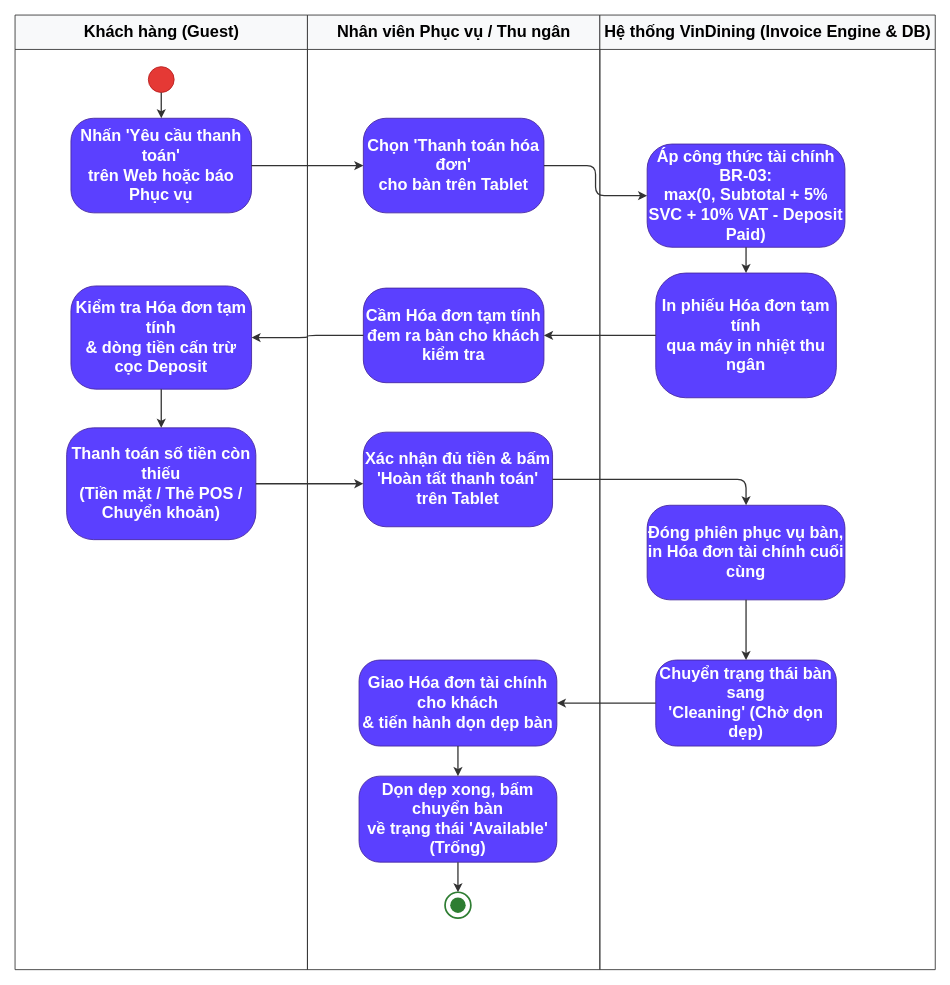
AndrewQng/VinDining keeps this draw.io diagram as docs/phase1/drawio/ad04_invoice_settlement.drawio. Above is the earlier version. Source tidied: cells renumbered, new cells numbered last; positions are measured from the earlier drawing's top-left corner, leaving out a move shared by most shapes. Both pictures are drawn from the tidied source at 86%, with x=0, y=0 at pixel (15, 15).
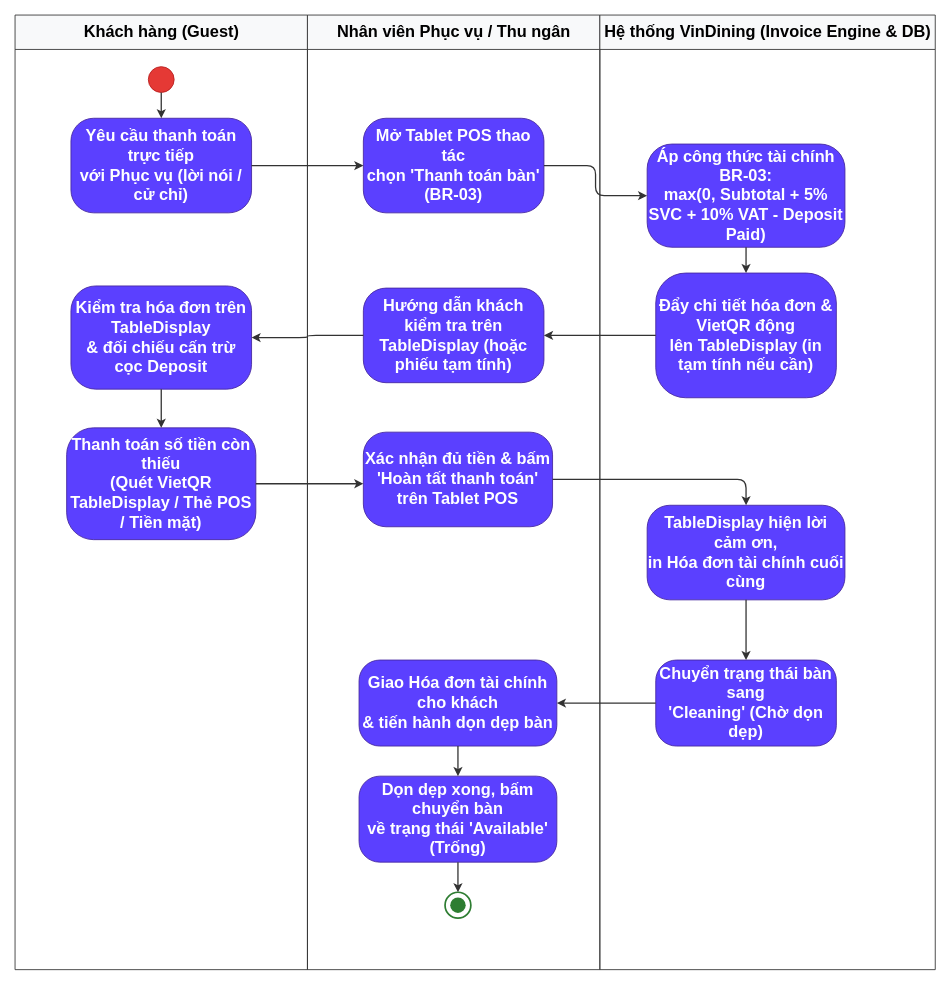
The same page after the edit.

The change refers to these unchanged cells:
```xml
<mxCell id="2" value="Khách hàng (Guest)" style="swimlane;html=1;startSize=40;horizontal=1;fontStyle=1;fontSize=19;align=center;verticalAlign=middle;fillColor=#f8f9fa;strokeColor=#333333;swimlaneLine=1;" parent="1" vertex="1">
  <mxGeometry width="340" height="1110" as="geometry" />
</mxCell>
<mxCell id="7" value="Nhân viên Phục vụ / Thu ngân" style="swimlane;html=1;startSize=40;horizontal=1;fontStyle=1;fontSize=19;align=center;verticalAlign=middle;fillColor=#f8f9fa;strokeColor=#333333;swimlaneLine=1;" parent="1" vertex="1">
  <mxGeometry x="340" width="340" height="1110" as="geometry" />
</mxCell>
<mxCell id="17" value="Hệ thống VinDining (Invoice Engine &amp;amp; DB)" style="swimlane;html=1;startSize=40;horizontal=1;fontStyle=1;fontSize=19;align=center;verticalAlign=middle;fillColor=#f8f9fa;strokeColor=#333333;swimlaneLine=1;" parent="1" vertex="1">
  <mxGeometry x="680" width="390" height="1110" as="geometry" />
</mxCell>
```

What changed in the source:
```diff
@@
-    <mxCell id="4" value="Nhấn 'Yêu cầu thanh toán'&#10;trên Web hoặc báo Phục vụ" style="rounded=1;arcSize=24;whiteSpace=wrap;html=1;fillColor=#5b40ff;strokeColor=#4527a0;fontColor=#ffffff;fontStyle=1;fontSize=19;align=center;verticalAlign=middle;" parent="2" vertex="1">
+    <mxCell id="4" value="Yêu cầu thanh toán trực tiếp&#10;với Phục vụ (lời nói / cử chỉ)" style="rounded=1;arcSize=24;whiteSpace=wrap;html=1;fillColor=#5b40ff;strokeColor=#4527a0;fontColor=#ffffff;fontStyle=1;fontSize=19;align=center;verticalAlign=middle;" parent="2" vertex="1">
       <mxGeometry x="65" y="120" width="210" height="110" as="geometry" />
     </mxCell>
-    <mxCell id="5" value="Kiểm tra Hóa đơn tạm tính&#10;&amp;amp; dòng tiền cấn trừ cọc Deposit" style="rounded=1;arcSize=24;whiteSpace=wrap;html=1;fillColor=#5b40ff;strokeColor=#4527a0;fontColor=#ffffff;fontStyle=1;fontSize=19;align=center;verticalAlign=middle;" parent="2" vertex="1">
+    <mxCell id="5" value="Kiểm tra hóa đơn trên TableDisplay&#10;&amp;amp; đối chiếu cấn trừ cọc Deposit" style="rounded=1;arcSize=24;whiteSpace=wrap;html=1;fillColor=#5b40ff;strokeColor=#4527a0;fontColor=#ffffff;fontStyle=1;fontSize=19;align=center;verticalAlign=middle;" parent="2" vertex="1">
       <mxGeometry x="65" y="315" width="210" height="120" as="geometry" />
     </mxCell>
-    <mxCell id="6" value="Thanh toán số tiền còn thiếu&#10;(Tiền mặt / Thẻ POS / Chuyển khoản)" style="rounded=1;arcSize=24;whiteSpace=wrap;html=1;fillColor=#5b40ff;strokeColor=#4527a0;fontColor=#ffffff;fontStyle=1;fontSize=19;align=center;verticalAlign=middle;" parent="2" vertex="1">
+    <mxCell id="6" value="Thanh toán số tiền còn thiếu&#10;(Quét VietQR TableDisplay / Thẻ POS / Tiền mặt)" style="rounded=1;arcSize=24;whiteSpace=wrap;html=1;fillColor=#5b40ff;strokeColor=#4527a0;fontColor=#ffffff;fontStyle=1;fontSize=19;align=center;verticalAlign=middle;" parent="2" vertex="1">
       <mxGeometry x="60" y="480" width="220" height="130" as="geometry" />
     </mxCell>
@@
-    <mxCell id="8" value="Chọn 'Thanh toán hóa đơn'&#10;cho bàn trên Tablet" style="rounded=1;arcSize=24;whiteSpace=wrap;html=1;fillColor=#5b40ff;strokeColor=#4527a0;fontColor=#ffffff;fontStyle=1;fontSize=19;align=center;verticalAlign=middle;" parent="7" vertex="1">
+    <mxCell id="8" value="Mở Tablet POS thao tác&#10;chọn 'Thanh toán bàn' (BR-03)" style="rounded=1;arcSize=24;whiteSpace=wrap;html=1;fillColor=#5b40ff;strokeColor=#4527a0;fontColor=#ffffff;fontStyle=1;fontSize=19;align=center;verticalAlign=middle;" parent="7" vertex="1">
       <mxGeometry x="65" y="120" width="210" height="110" as="geometry" />
     </mxCell>
-    <mxCell id="9" value="Cầm Hóa đơn tạm tính&#10;đem ra bàn cho khách kiểm tra" style="rounded=1;arcSize=24;whiteSpace=wrap;html=1;fillColor=#5b40ff;strokeColor=#4527a0;fontColor=#ffffff;fontStyle=1;fontSize=19;align=center;verticalAlign=middle;" parent="7" vertex="1">
+    <mxCell id="9" value="Hướng dẫn khách kiểm tra trên&#10;TableDisplay (hoặc phiếu tạm tính)" style="rounded=1;arcSize=24;whiteSpace=wrap;html=1;fillColor=#5b40ff;strokeColor=#4527a0;fontColor=#ffffff;fontStyle=1;fontSize=19;align=center;verticalAlign=middle;" parent="7" vertex="1">
       <mxGeometry x="65" y="317.5" width="210" height="110" as="geometry" />
     </mxCell>
-    <mxCell id="10" value="Xác nhận đủ tiền &amp;amp; bấm&#10;'Hoàn tất thanh toán' trên Tablet" style="rounded=1;arcSize=24;whiteSpace=wrap;html=1;fillColor=#5b40ff;strokeColor=#4527a0;fontColor=#ffffff;fontStyle=1;fontSize=19;align=center;verticalAlign=middle;" parent="7" vertex="1">
+    <mxCell id="10" value="Xác nhận đủ tiền &amp;amp; bấm&#10;'Hoàn tất thanh toán' trên Tablet POS" style="rounded=1;arcSize=24;whiteSpace=wrap;html=1;fillColor=#5b40ff;strokeColor=#4527a0;fontColor=#ffffff;fontStyle=1;fontSize=19;align=center;verticalAlign=middle;" parent="7" vertex="1">
       <mxGeometry x="65" y="485" width="220" height="110" as="geometry" />
     </mxCell>
@@
-    <mxCell id="19" value="In phiếu Hóa đơn tạm tính&#10;qua máy in nhiệt thu ngân" style="rounded=1;arcSize=24;whiteSpace=wrap;html=1;fillColor=#5b40ff;strokeColor=#4527a0;fontColor=#ffffff;fontStyle=1;fontSize=19;align=center;verticalAlign=middle;" parent="17" vertex="1">
+    <mxCell id="19" value="Đẩy chi tiết hóa đơn &amp;amp; VietQR động&#10;lên TableDisplay (in tạm tính nếu cần)" style="rounded=1;arcSize=24;whiteSpace=wrap;html=1;fillColor=#5b40ff;strokeColor=#4527a0;fontColor=#ffffff;fontStyle=1;fontSize=19;align=center;verticalAlign=middle;" parent="17" vertex="1">
       <mxGeometry x="65" y="300" width="210" height="145" as="geometry" />
     </mxCell>
-    <mxCell id="20" value="Đóng phiên phục vụ bàn,&#10;in Hóa đơn tài chính cuối cùng" style="rounded=1;arcSize=24;whiteSpace=wrap;html=1;fillColor=#5b40ff;strokeColor=#4527a0;fontColor=#ffffff;fontStyle=1;fontSize=19;align=center;verticalAlign=middle;" parent="17" vertex="1">
+    <mxCell id="20" value="TableDisplay hiện lời cảm ơn,&#10;in Hóa đơn tài chính cuối cùng" style="rounded=1;arcSize=24;whiteSpace=wrap;html=1;fillColor=#5b40ff;strokeColor=#4527a0;fontColor=#ffffff;fontStyle=1;fontSize=19;align=center;verticalAlign=middle;" parent="17" vertex="1">
       <mxGeometry x="55" y="570" width="230" height="110" as="geometry" />
     </mxCell>
```
